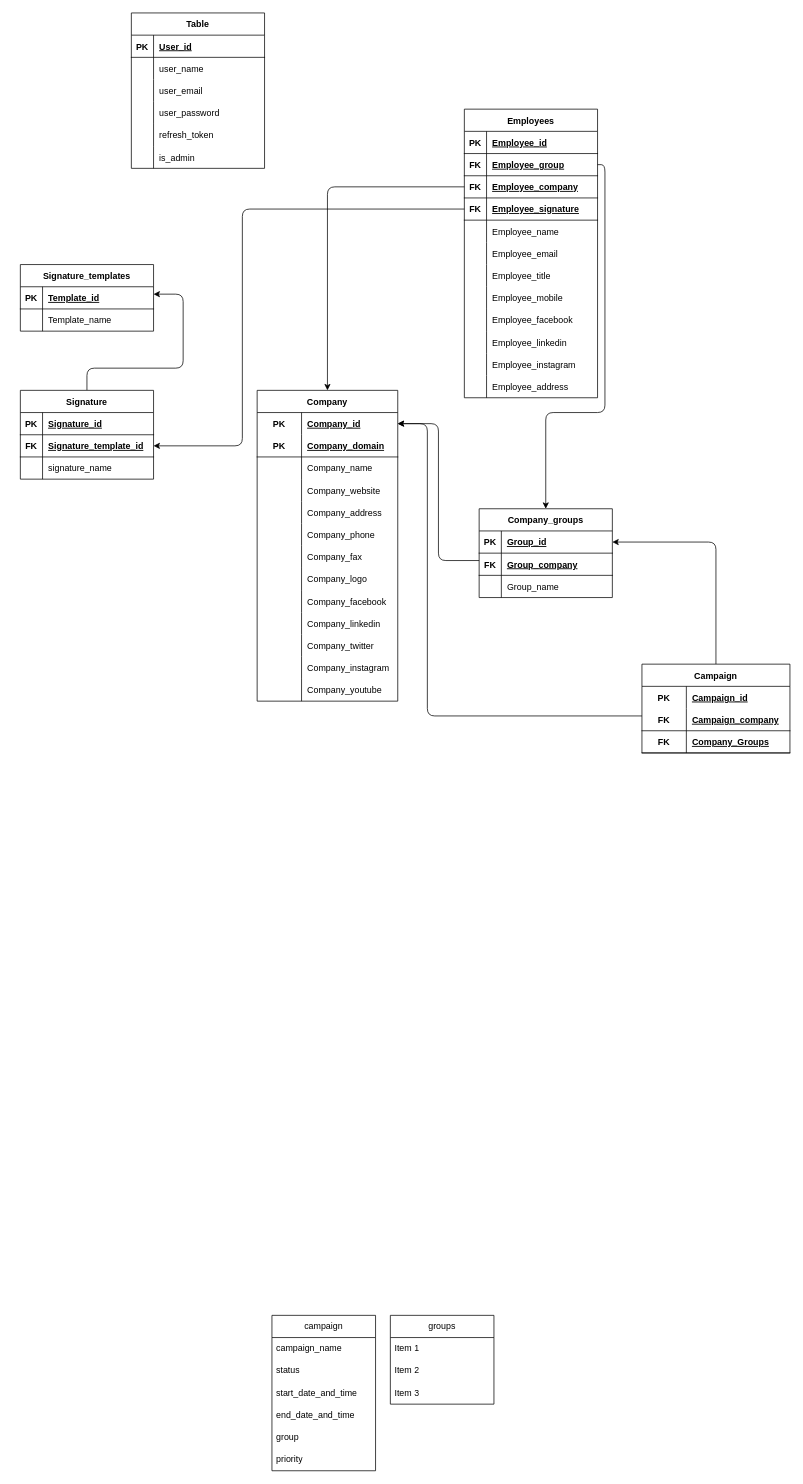
Earlier version of the draw.io diagram database.drawio (khairallah17/milosign-server). Source tidied: cells renumbered, new cells numbered last; positions are measured from the earlier drawing's top-left corner, leaving out a move shared by most shapes. Both pictures are drawn from the tidied source at 74%, with x=0, y=0 at pixel (20, 13).
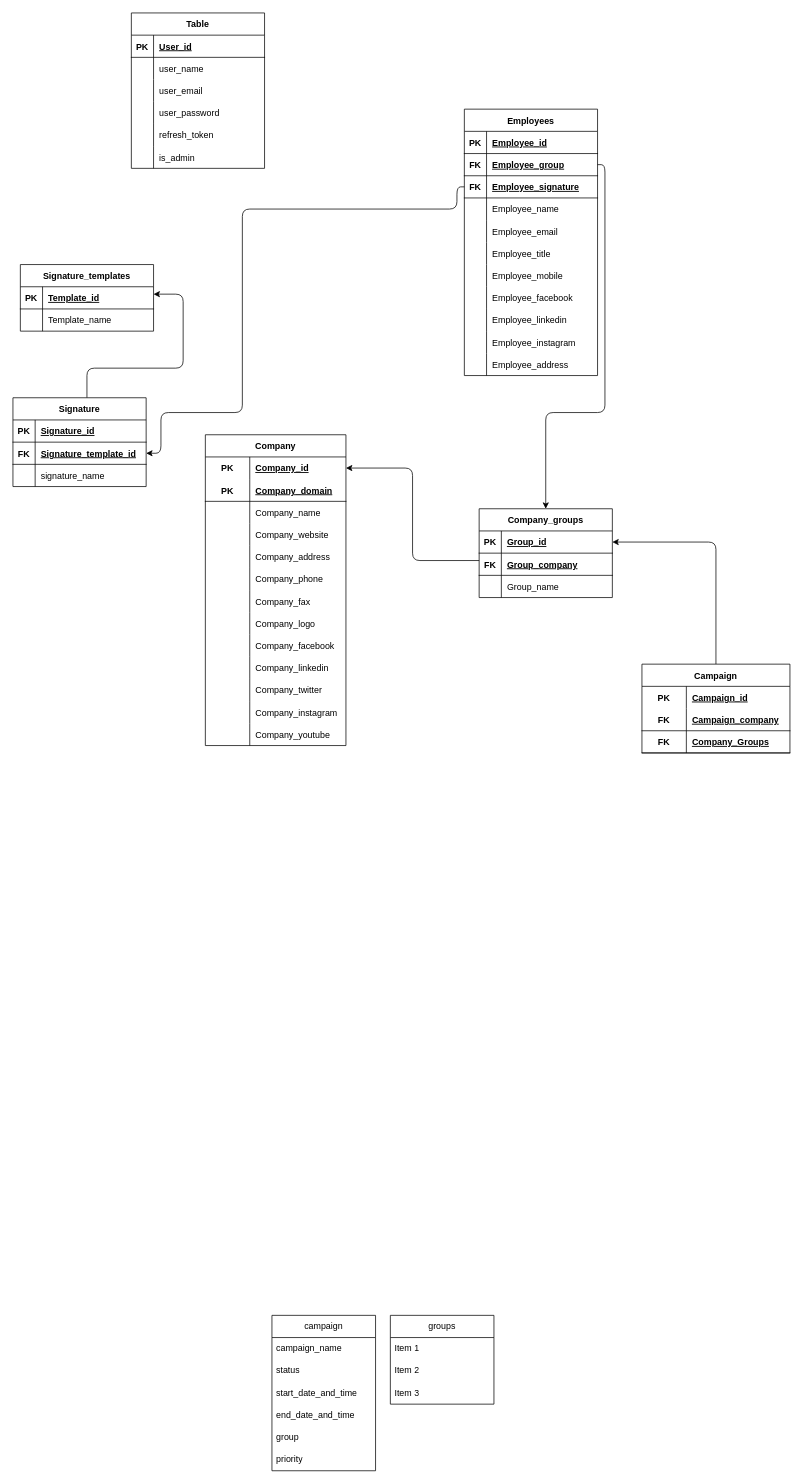
The same diagram, later.

Unchanged cells that the change refers to:
```xml
<mxCell id="14" style="shape=tableRow;horizontal=0;startSize=0;swimlaneHead=0;swimlaneBody=0;fillColor=none;points=[[0,0.5],[1,0.5]];portConstraint=eastwest;top=0;left=0;right=0;bottom=0;" parent="13" vertex="1">
  <mxGeometry y="30" width="190" height="30" as="geometry" />
</mxCell>
<mxCell id="55" value="Campaign" style="shape=table;startSize=30;childLayout=tableLayout;rowLines=0;fontStyle=1;align=center;" parent="1" vertex="1">
  <mxGeometry x="840" y="880" width="200" height="120" as="geometry" />
</mxCell>
<mxCell id="127" style="shape=tableRow;horizontal=0;startSize=0;swimlaneHead=0;swimlaneBody=0;fillColor=none;points=[[0,0.5],[1,0.5]];portConstraint=eastwest;top=0;left=0;right=0;bottom=1;rounded=0;shadow=0;sketch=0;" parent="123" vertex="1">
  <mxGeometry y="60" width="180" height="30" as="geometry" />
</mxCell>
```

What changed in the source:
```diff
@@
     <mxCell id="13" value="Company" style="shape=table;startSize=30;childLayout=tableLayout;rowLines=0;fontStyle=1;align=center;" parent="1" vertex="1">
-      <mxGeometry x="320" y="510" width="190" height="420" as="geometry" />
+      <mxGeometry x="250" y="570" width="190" height="420" as="geometry" />
     </mxCell>
@@
-    <mxCell id="53" style="edgeStyle=orthogonalEdgeStyle;html=1;entryX=1;entryY=0.5;entryDx=0;entryDy=0;" parent="1" edge="1" source="55" target="14">
-      <mxGeometry relative="1" as="geometry">
-        <Array as="points">
-          <mxPoint x="550" y="950" />
-          <mxPoint x="550" y="555" />
-        </Array>
-      </mxGeometry>
-    </mxCell>
@@
     <mxCell id="75" value="Employees" style="shape=table;startSize=30;childLayout=tableLayout;rowLines=0;fontStyle=1;align=center;" parent="1" vertex="1">
-      <mxGeometry x="600" y="130" width="180" height="390" as="geometry" />
+      <mxGeometry x="600" y="130" width="180" height="360" as="geometry" />
     </mxCell>
@@
-    <mxCell id="82" style="shape=tableRow;horizontal=0;startSize=0;swimlaneHead=0;swimlaneBody=0;fillColor=none;points=[[0,0.5],[1,0.5]];portConstraint=eastwest;top=0;left=0;right=0;bottom=1;" parent="75" vertex="1">
-      <mxGeometry y="90" width="180" height="30" as="geometry" />
-    </mxCell>
-    <mxCell id="83" value="FK" style="shape=partialRectangle;fillColor=none;top=0;left=0;bottom=0;right=0;fontStyle=1;overflow=hidden;" parent="82" vertex="1">
-      <mxGeometry width="30" height="30" as="geometry" />
-    </mxCell>
-    <mxCell id="84" value="Employee_company" style="shape=partialRectangle;fillColor=none;top=0;left=0;bottom=0;right=0;align=left;spacingLeft=6;fontStyle=5;overflow=hidden;" parent="82" vertex="1">
-      <mxGeometry x="30" width="150" height="30" as="geometry" />
-    </mxCell>
     <mxCell id="85" style="shape=tableRow;horizontal=0;startSize=0;swimlaneHead=0;swimlaneBody=0;fillColor=none;points=[[0,0.5],[1,0.5]];portConstraint=eastwest;top=0;left=0;right=0;bottom=1;" parent="75" vertex="1">
-      <mxGeometry y="120" width="180" height="30" as="geometry" />
+      <mxGeometry y="90" width="180" height="30" as="geometry" />
     </mxCell>
@@
     <mxCell id="88" style="shape=tableRow;horizontal=0;startSize=0;swimlaneHead=0;swimlaneBody=0;fillColor=none;top=0;left=0;right=0;bottom=0;" parent="75" vertex="1">
-      <mxGeometry y="150" width="180" height="30" as="geometry" />
+      <mxGeometry y="120" width="180" height="30" as="geometry" />
     </mxCell>
@@
     <mxCell id="91" style="shape=tableRow;horizontal=0;startSize=0;swimlaneHead=0;swimlaneBody=0;fillColor=none;top=0;left=0;right=0;bottom=0;" parent="75" vertex="1">
-      <mxGeometry y="180" width="180" height="30" as="geometry" />
+      <mxGeometry y="150" width="180" height="30" as="geometry" />
     </mxCell>
@@
     <mxCell id="94" style="shape=tableRow;horizontal=0;startSize=0;swimlaneHead=0;swimlaneBody=0;fillColor=none;top=0;left=0;right=0;bottom=0;" parent="75" vertex="1">
-      <mxGeometry y="210" width="180" height="30" as="geometry" />
+      <mxGeometry y="180" width="180" height="30" as="geometry" />
     </mxCell>
@@
     <mxCell id="97" style="shape=tableRow;horizontal=0;startSize=0;swimlaneHead=0;swimlaneBody=0;fillColor=none;top=0;left=0;right=0;bottom=0;" parent="75" vertex="1">
-      <mxGeometry y="240" width="180" height="30" as="geometry" />
+      <mxGeometry y="210" width="180" height="30" as="geometry" />
     </mxCell>
@@
     <mxCell id="100" style="shape=tableRow;horizontal=0;startSize=0;swimlaneHead=0;swimlaneBody=0;fillColor=none;top=0;left=0;right=0;bottom=0;" parent="75" vertex="1">
-      <mxGeometry y="270" width="180" height="30" as="geometry" />
+      <mxGeometry y="240" width="180" height="30" as="geometry" />
     </mxCell>
@@
     <mxCell id="103" style="shape=tableRow;horizontal=0;startSize=0;swimlaneHead=0;swimlaneBody=0;fillColor=none;top=0;left=0;right=0;bottom=0;" parent="75" vertex="1">
-      <mxGeometry y="300" width="180" height="30" as="geometry" />
+      <mxGeometry y="270" width="180" height="30" as="geometry" />
     </mxCell>
@@
     <mxCell id="106" style="shape=tableRow;horizontal=0;startSize=0;swimlaneHead=0;swimlaneBody=0;fillColor=none;top=0;left=0;right=0;bottom=0;" parent="75" vertex="1">
-      <mxGeometry y="330" width="180" height="30" as="geometry" />
+      <mxGeometry y="300" width="180" height="30" as="geometry" />
     </mxCell>
@@
     <mxCell id="109" style="shape=tableRow;horizontal=0;startSize=0;swimlaneHead=0;swimlaneBody=0;fillColor=none;top=0;left=0;right=0;bottom=0;" parent="75" vertex="1">
-      <mxGeometry y="360" width="180" height="30" as="geometry" />
+      <mxGeometry y="330" width="180" height="30" as="geometry" />
     </mxCell>
@@
-    <mxCell id="114" style="edgeStyle=orthogonalEdgeStyle;html=1;" parent="1" edge="1" source="82" target="13">
-      <mxGeometry relative="1" as="geometry" />
-    </mxCell>
@@
     <mxCell id="123" value="Signature" style="shape=table;startSize=30;childLayout=tableLayout;rowLines=0;fontStyle=1;align=center;rounded=0;shadow=0;sketch=0;" parent="1" vertex="1">
-      <mxGeometry y="510" width="180" height="120" as="geometry" />
+      <mxGeometry x="-10" y="520" width="180" height="120" as="geometry" />
     </mxCell>
@@
     <mxCell id="133" style="edgeStyle=orthogonalEdgeStyle;html=1;" parent="1" edge="1" source="85" target="127">
       <mxGeometry relative="1" as="geometry">
         <Array as="points">
+          <mxPoint x="590" y="235" />
+          <mxPoint x="590" y="265" />
           <mxPoint x="300" y="265" />
-          <mxPoint x="300" y="585" />
+          <mxPoint x="300" y="540" />
+          <mxPoint x="190" y="540" />
+          <mxPoint x="190" y="595" />
         </Array>
       </mxGeometry>
     </mxCell>
```
